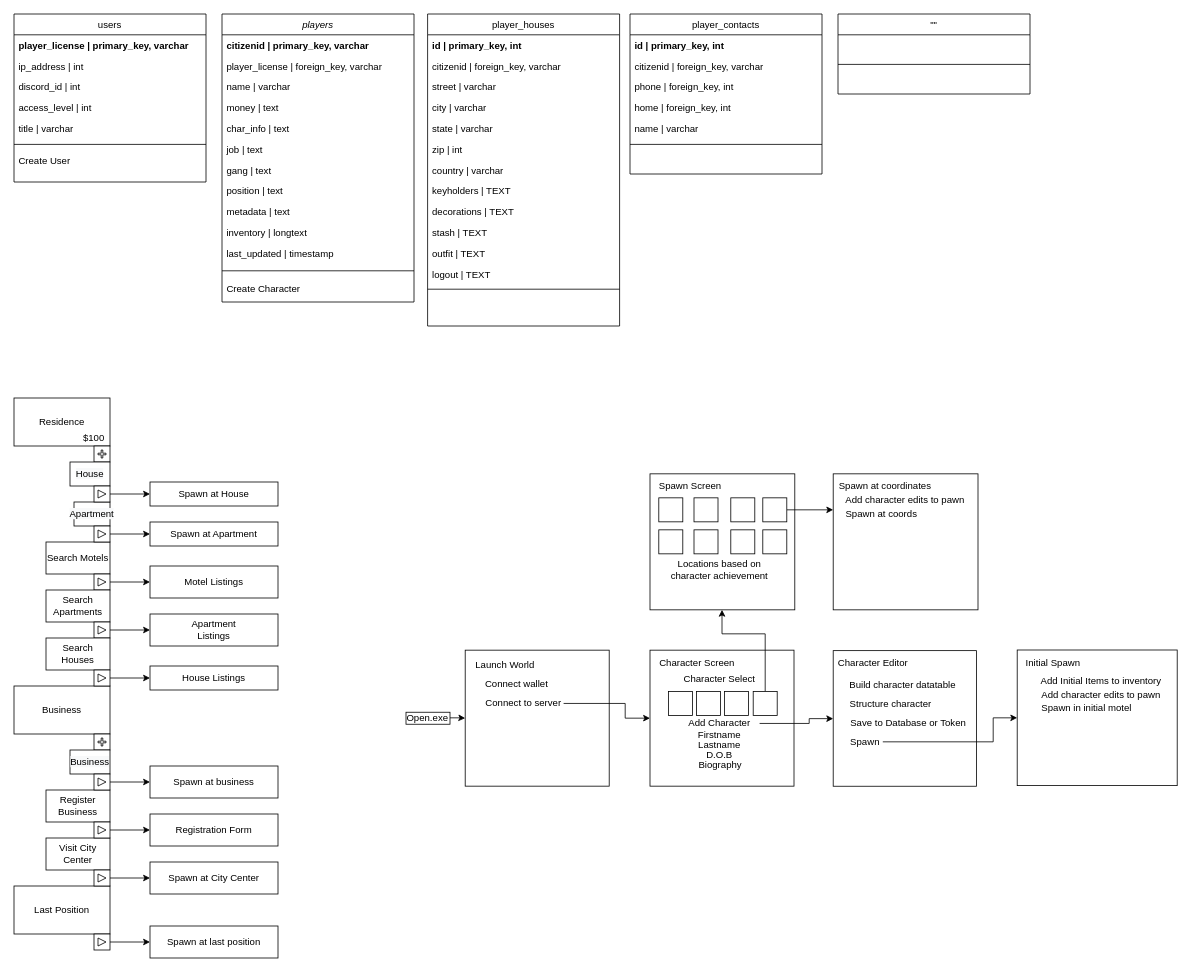
Before: system-design.drawio in purple-world/player-services, a draw.io diagram. Source tidied: cells renumbered, new cells numbered last; positions are measured from the earlier drawing's top-left corner, leaving out a move shared by most shapes. Both pictures are drawn from the tidied source at 80%, with x=0, y=0 at pixel (14, 14).
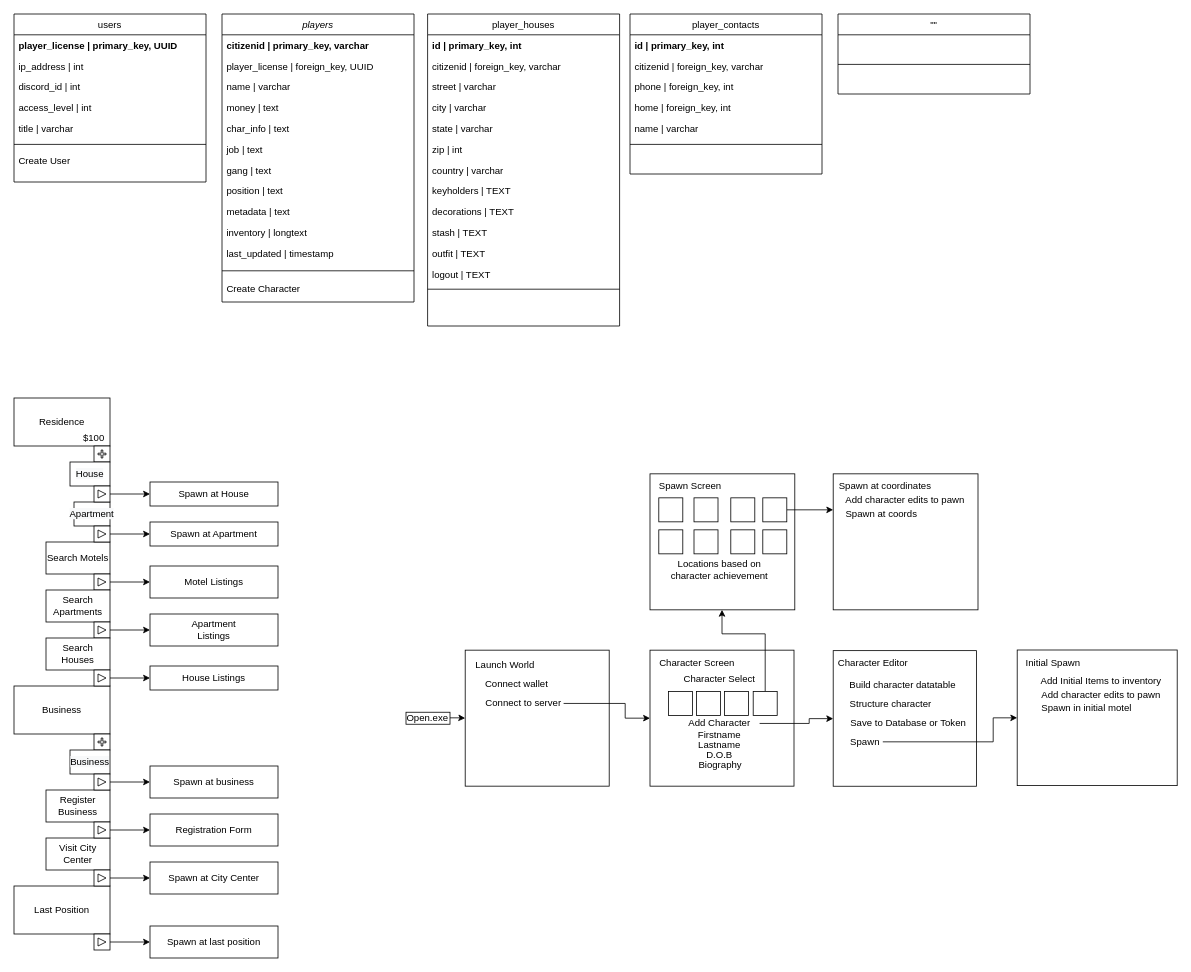
The same diagram, later.

Unchanged cells that the change refers to:
```xml
<mxCell id="23" value="players" style="swimlane;fontStyle=2;align=center;verticalAlign=top;horizontal=1;startSize=26;rounded=0;shadow=0;strokeWidth=1;" parent="1" vertex="1">
  <mxGeometry x="260" width="240" height="360" as="geometry" />
</mxCell>
<mxCell id="37" value="users" style="swimlane;fontStyle=0;align=center;verticalAlign=top;horizontal=1;startSize=26;rounded=0;shadow=0;strokeWidth=1;" parent="1" vertex="1">
  <mxGeometry width="240" height="210" as="geometry" />
</mxCell>
```

Change to the diagram source:
```diff
@@
-    <mxCell id="25" value="player_license | foreign_key, varchar" style="text;align=left;verticalAlign=top;spacingLeft=4;spacingRight=4;overflow=hidden;fontStyle=0;" parent="23" vertex="1">
+    <mxCell id="25" value="player_license | foreign_key, UUID" style="text;align=left;verticalAlign=top;spacingLeft=4;spacingRight=4;overflow=hidden;fontStyle=0;" parent="23" vertex="1">
       <mxGeometry y="52" width="240" height="26" as="geometry" />
     </mxCell>
@@
-    <mxCell id="38" value="player_license | primary_key, varchar" style="text;align=left;verticalAlign=top;spacingLeft=4;spacingRight=4;overflow=hidden;fontStyle=1;" parent="37" vertex="1">
+    <mxCell id="38" value="player_license | primary_key, UUID" style="text;align=left;verticalAlign=top;spacingLeft=4;spacingRight=4;overflow=hidden;fontStyle=1;" parent="37" vertex="1">
       <mxGeometry y="26" width="240" height="26" as="geometry" />
     </mxCell>
```
